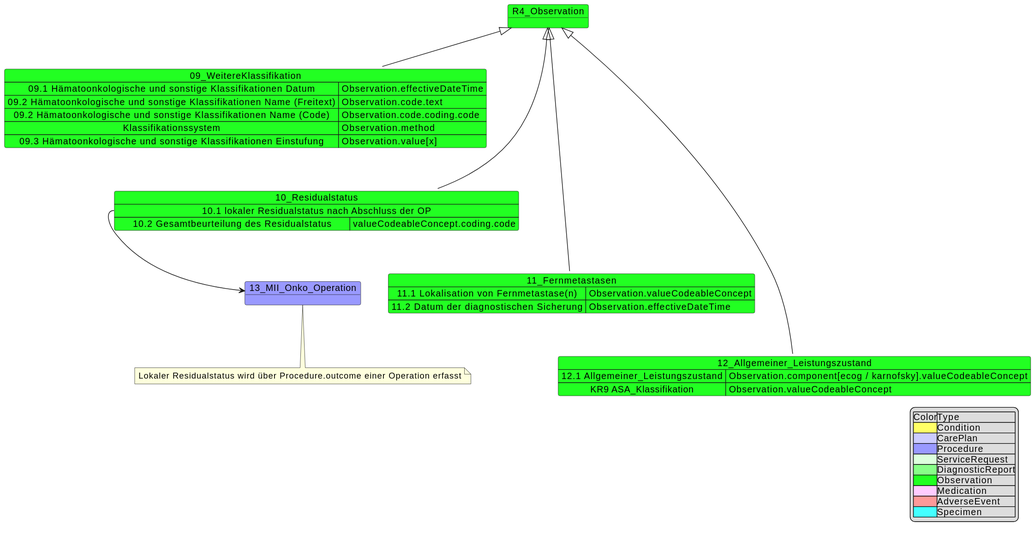
medizininformatik-initiative/kerndatensatzmodul-onkologie keeps this PlantUML diagram as input/images/MII_Onko_9-12_Observations.svg. Above is the earlier version.
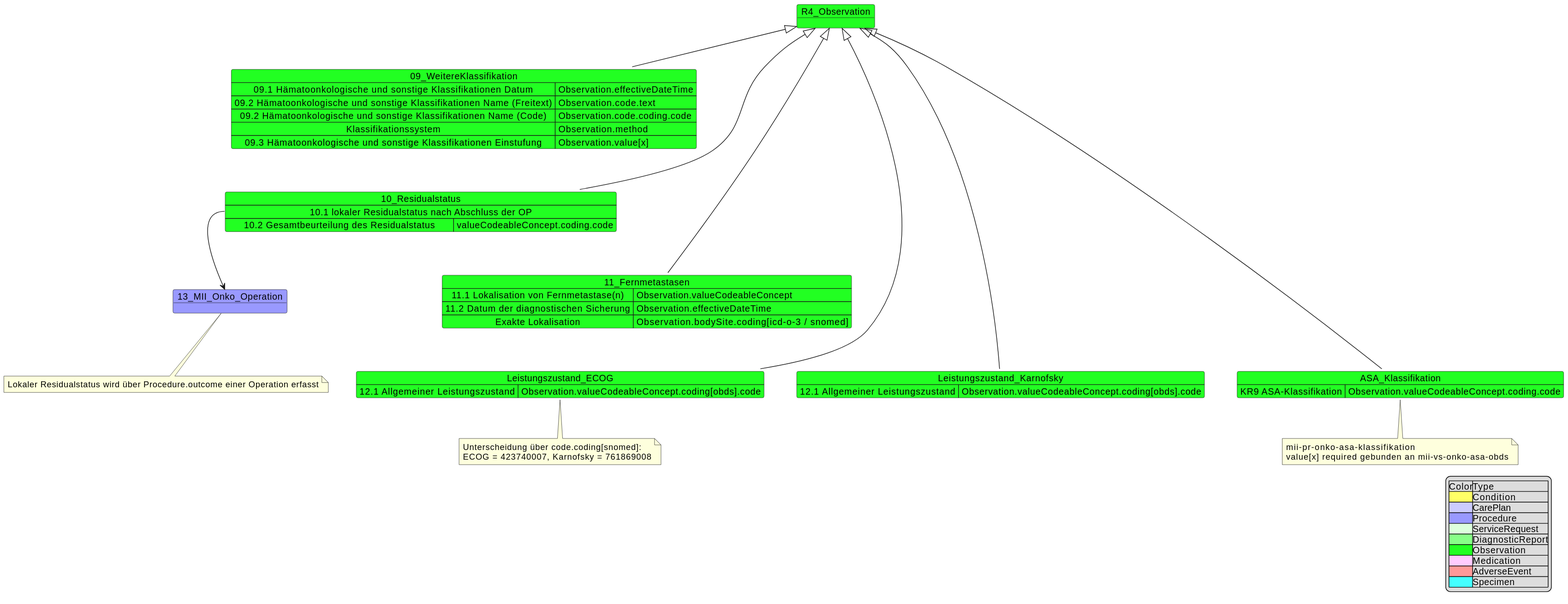
The same file after the commit.

Diff of the diagram source:
```diff
@@ -24,17 +24,35 @@
 Map 11_Fernmetastasen #22FF22{
     11.1 Lokalisation von Fernmetastase(n)  => Observation.valueCodeableConcept
     11.2 Datum der diagnostischen Sicherung => Observation.effectiveDateTime
-
+    Exakte Lokalisation => Observation.bodySite.coding[icd-o-3 / snomed]
 }
 R4_Observation <|-down--- 11_Fernmetastasen
 
 
-Map 12_Allgemeiner_Leistungszustand #22FF22{
-    12.1 Allgemeiner_Leistungszustand => Observation.component[ecog / karnofsky].valueCodeableConcept
-    KR9 ASA_Klassifikation => Observation.valueCodeableConcept
+Map Leistungszustand_ECOG #22FF22{
+    12.1 Allgemeiner Leistungszustand => Observation.valueCodeableConcept.coding[obds].code
+}
+R4_Observation <|-down---- Leistungszustand_ECOG
 
+Map Leistungszustand_Karnofsky #22FF22{
+    12.1 Allgemeiner Leistungszustand => Observation.valueCodeableConcept.coding[obds].code
 }
-R4_Observation <|-down---- 12_Allgemeiner_Leistungszustand
+R4_Observation <|-down---- Leistungszustand_Karnofsky
+
+note bottom of Leistungszustand_ECOG
+    Unterscheidung über code.coding[snomed]:
+    ECOG = 423740007, Karnofsky = 761869008
+end note
+
+Map ASA_Klassifikation #22FF22{
+    KR9 ASA-Klassifikation => Observation.valueCodeableConcept.coding.code
+}
+R4_Observation <|-down---- ASA_Klassifikation
+
+note bottom of ASA_Klassifikation
+    mii-pr-onko-asa-klassifikation
+    value[x] required gebunden an mii-vs-onko-asa-obds
+end note
 
 legend right
 |Color|Type|
```
